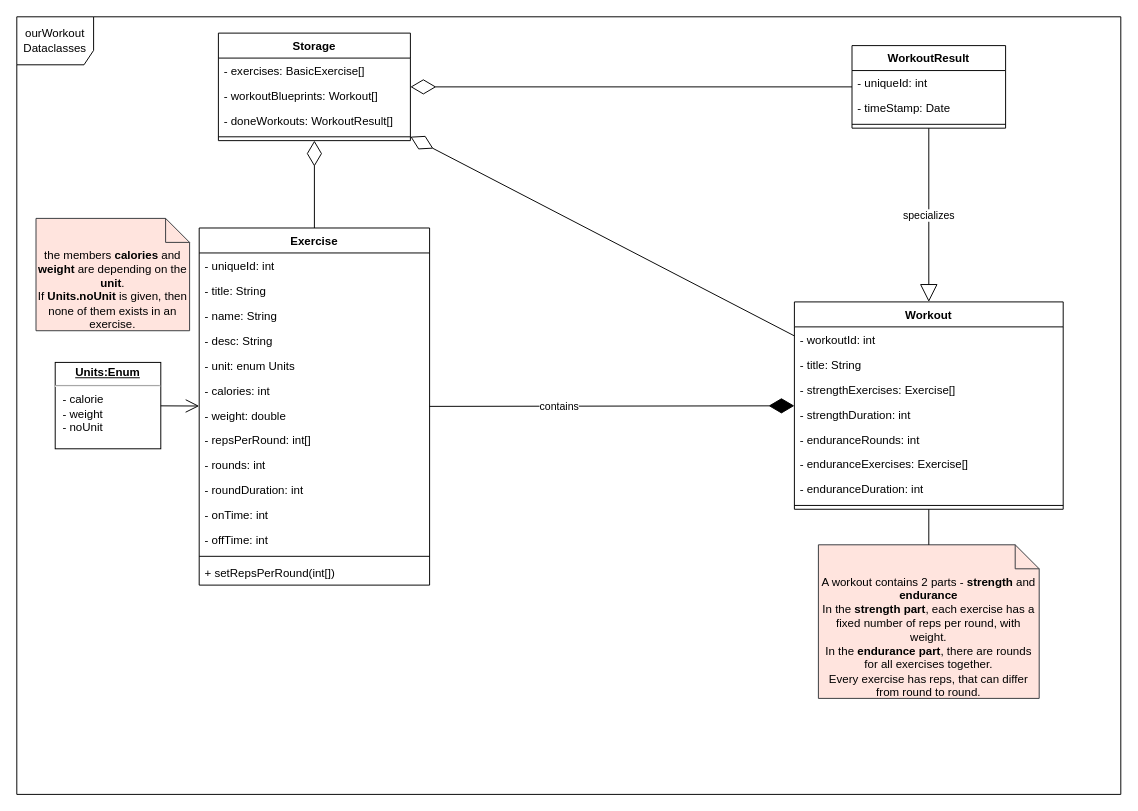
The draw.io diagram page "data-classes" (3 of 4) of 01_Documentation/diagrams.drawio in Vollol1/ourWorkout, before the edit. Source tidied: cells renumbered, new cells numbered last; positions are measured from the earlier drawing's top-left corner, leaving out a move shared by most shapes. Both pictures are drawn from the tidied source at 96%, with x=0, y=0 at pixel (16, 16).
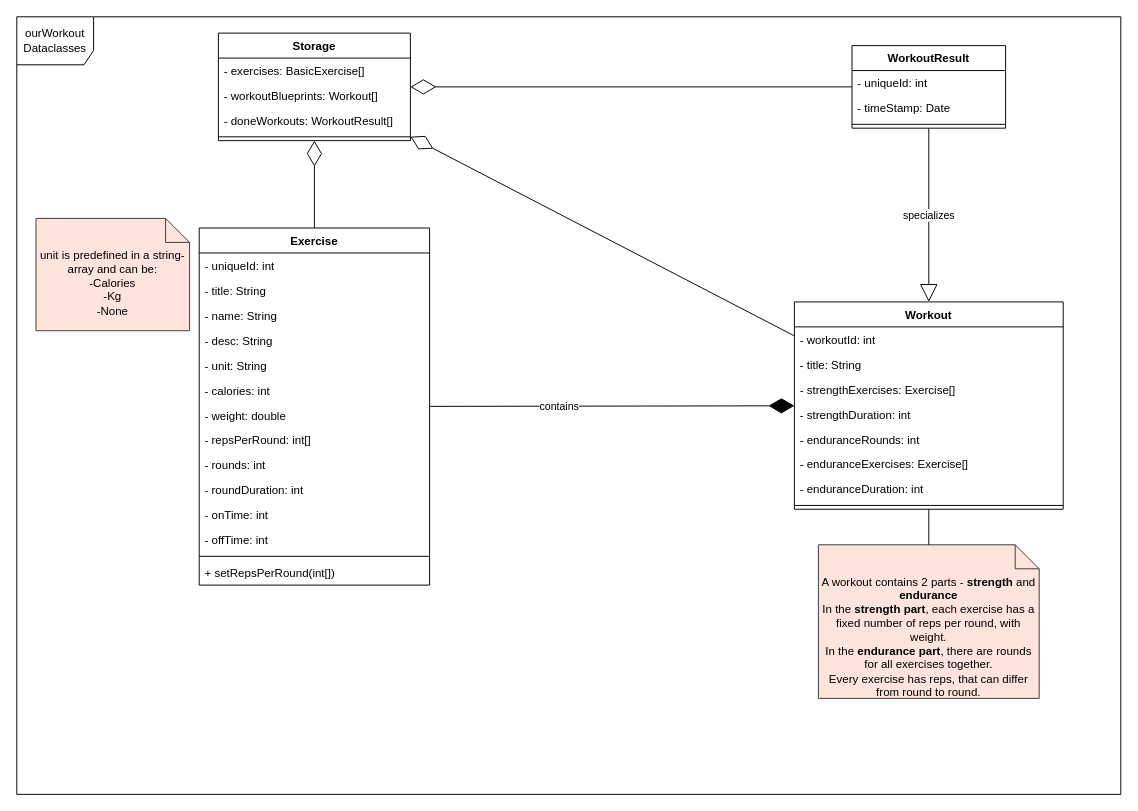
After the change.

The change refers to these unchanged cells:
```xml
<mxCell id="3" value="Exercise" style="swimlane;fontStyle=1;align=center;verticalAlign=top;horizontal=1;startSize=26;" parent="1" vertex="1">
  <mxGeometry x="190" y="220" width="240" height="372" as="geometry" />
</mxCell>
```

Change to the diagram source:
```diff
@@
-    <mxCell id="8" value="- unit: enum Units" style="text;strokeColor=none;fillColor=none;align=left;verticalAlign=top;spacingLeft=4;spacingRight=4;overflow=hidden;" parent="3" vertex="1">
+    <mxCell id="8" value="- unit: String" style="text;strokeColor=none;fillColor=none;align=left;verticalAlign=top;spacingLeft=4;spacingRight=4;overflow=hidden;" parent="3" vertex="1">
       <mxGeometry y="130" width="240" height="26" as="geometry" />
     </mxCell>
@@
-    <mxCell id="44" value="the members &lt;b&gt;calories &lt;/b&gt;and &lt;b&gt;weight&lt;/b&gt;&amp;nbsp;are depending on the &lt;b&gt;unit&lt;/b&gt;.&lt;br&gt;If &lt;b&gt;Units.noUnit&lt;/b&gt;&amp;nbsp;is given, then none of them exists in an exercise." style="shape=note2;boundedLbl=1;whiteSpace=wrap;html=1;size=25;verticalAlign=top;align=center;fillColor=#FFE4DE;strokeColor=#36393d;" parent="1" vertex="1">
+    <mxCell id="44" value="unit is predefined in a string-array and can be:&lt;br&gt;-Calories&lt;br&gt;-Kg&lt;br&gt;-None" style="shape=note2;boundedLbl=1;whiteSpace=wrap;html=1;size=25;verticalAlign=top;align=center;fillColor=#FFE4DE;strokeColor=#36393d;" parent="1" vertex="1">
       <mxGeometry x="20" y="210" width="160" height="117" as="geometry" />
     </mxCell>
-    <mxCell id="45" value="&lt;p style=&quot;margin:0px;margin-top:4px;text-align:center;text-decoration:underline;&quot;&gt;&lt;b&gt;Units:Enum&lt;/b&gt;&lt;/p&gt;&lt;hr&gt;&lt;p style=&quot;margin:0px;margin-left:8px;&quot;&gt;- calorie&lt;br&gt;- weight&lt;br&gt;- noUnit&lt;/p&gt;&lt;p style=&quot;margin:0px;margin-left:8px;&quot;&gt;&lt;br&gt;&lt;/p&gt;" style="verticalAlign=top;align=left;overflow=fill;fontSize=12;fontFamily=Helvetica;html=1;" parent="1" vertex="1">
-      <mxGeometry x="40" y="360" width="110" height="90" as="geometry" />
-    </mxCell>
-    <mxCell id="46" style="endArrow=open;endFill=1;endSize=12;html=1;rounded=0;" parent="1" edge="1" source="45" target="3">
-      <mxGeometry relative="1" as="geometry" />
-    </mxCell>
```
